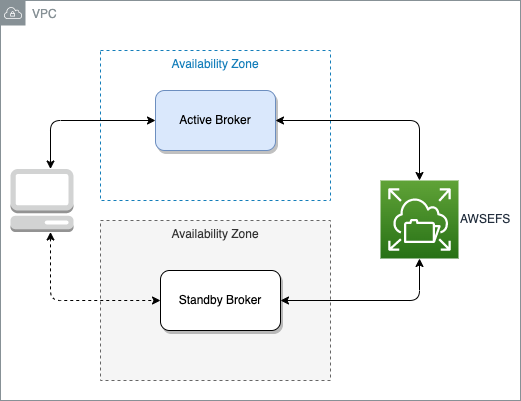
This is docs/diagrams/amq-efs-2az.drawio.png from jbcodeforce/aws-messaging-samples, a draw.io export, as it was before one commit. Source tidied: cells renumbered, new cells last; positions are measured from the earlier drawing's top-left corner, leaving out a move shared by most shapes. Source of this version:
```xml
<mxGraphModel>
  <root>
    <mxCell id="0" />
    <mxCell id="1" parent="0" />
    <mxCell id="2" value="VPC" style="sketch=0;gradientColor=none;html=1;whiteSpace=wrap;fontSize=12;fontStyle=0;shape=mxgraph.aws4.group;grIcon=mxgraph.aws4.group_vpc;strokeColor=#879196;fillColor=none;verticalAlign=top;align=left;spacingLeft=30;fontColor=#879196;dashed=0;" parent="1" vertex="1">
      <mxGeometry width="520" height="400" as="geometry" />
    </mxCell>
    <mxCell id="3" value="Availability Zone" style="fillColor=none;strokeColor=#147EBA;dashed=1;verticalAlign=top;fontStyle=0;fontColor=#147EBA;" parent="1" vertex="1">
      <mxGeometry x="100" y="50" width="230" height="150" as="geometry" />
    </mxCell>
    <mxCell id="4" value="Availability Zone" style="fillColor=#f5f5f5;strokeColor=#666666;dashed=1;verticalAlign=top;fontStyle=0;fontColor=#333333;" parent="1" vertex="1">
      <mxGeometry x="100" y="220" width="230" height="160" as="geometry" />
    </mxCell>
    <mxCell id="5" style="edgeStyle=orthogonalEdgeStyle;html=1;entryX=0.5;entryY=0;entryDx=0;entryDy=0;entryPerimeter=0;startArrow=classic;startFill=1;" parent="1" edge="1" source="6" target="9">
      <mxGeometry relative="1" as="geometry" />
    </mxCell>
    <mxCell id="6" value="Active Broker" style="rounded=1;whiteSpace=wrap;html=1;shadow=1;fillColor=#dae8fc;strokeColor=#6c8ebf;" parent="1" vertex="1">
      <mxGeometry x="155" y="90" width="120" height="60" as="geometry" />
    </mxCell>
    <mxCell id="7" value="Standby Broker" style="rounded=1;whiteSpace=wrap;html=1;shadow=1;" parent="1" vertex="1">
      <mxGeometry x="160" y="270" width="120" height="60" as="geometry" />
    </mxCell>
    <mxCell id="8" style="edgeStyle=orthogonalEdgeStyle;html=1;entryX=1;entryY=0.5;entryDx=0;entryDy=0;startArrow=classic;startFill=1;" parent="1" edge="1" source="9" target="7">
      <mxGeometry relative="1" as="geometry">
        <Array as="points">
          <mxPoint x="419" y="300" />
        </Array>
      </mxGeometry>
    </mxCell>
    <mxCell id="9" value="AWSEFS" style="sketch=0;points=[[0,0,0],[0.25,0,0],[0.5,0,0],[0.75,0,0],[1,0,0],[0,1,0],[0.25,1,0],[0.5,1,0],[0.75,1,0],[1,1,0],[0,0.25,0],[0,0.5,0],[0,0.75,0],[1,0.25,0],[1,0.5,0],[1,0.75,0]];outlineConnect=0;fontColor=#232F3E;gradientColor=#60A337;gradientDirection=north;fillColor=#277116;strokeColor=#ffffff;dashed=0;verticalLabelPosition=middle;verticalAlign=middle;align=left;html=1;fontSize=12;fontStyle=0;shape=mxgraph.aws4.resourceIcon;resIcon=mxgraph.aws4.elastic_file_system;labelPosition=right;" parent="1" vertex="1">
      <mxGeometry x="380" y="180" width="78" height="78" as="geometry" />
    </mxCell>
    <mxCell id="10" style="edgeStyle=orthogonalEdgeStyle;html=1;entryX=0;entryY=0.5;entryDx=0;entryDy=0;startArrow=classic;startFill=1;" parent="1" edge="1" source="12" target="6">
      <mxGeometry relative="1" as="geometry">
        <Array as="points">
          <mxPoint x="50" y="120" />
        </Array>
      </mxGeometry>
    </mxCell>
    <mxCell id="11" style="edgeStyle=orthogonalEdgeStyle;html=1;entryX=0;entryY=0.5;entryDx=0;entryDy=0;startArrow=classic;startFill=1;dashed=1;" parent="1" edge="1" source="12" target="7">
      <mxGeometry relative="1" as="geometry">
        <Array as="points">
          <mxPoint x="50" y="300" />
        </Array>
      </mxGeometry>
    </mxCell>
    <mxCell id="12" style="outlineConnect=0;dashed=0;verticalLabelPosition=bottom;verticalAlign=top;align=center;html=1;shape=mxgraph.aws3.management_console;fillColor=#D2D3D3;gradientColor=none;" parent="1" vertex="1">
      <mxGeometry x="10" y="168.5" width="63" height="63" as="geometry" />
    </mxCell>
  </root>
</mxGraphModel>
```
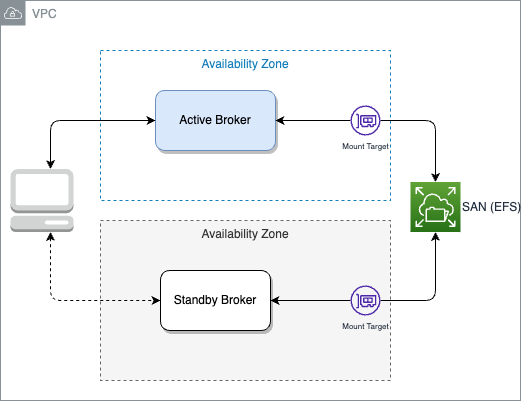
Above is the later version.

Change to the diagram source:
```diff
@@ -6,29 +6,22 @@
       <mxGeometry width="520" height="400" as="geometry" />
     </mxCell>
     <mxCell id="3" value="Availability Zone" style="fillColor=none;strokeColor=#147EBA;dashed=1;verticalAlign=top;fontStyle=0;fontColor=#147EBA;" parent="1" vertex="1">
-      <mxGeometry x="100" y="50" width="230" height="150" as="geometry" />
+      <mxGeometry x="100" y="50" width="290" height="150" as="geometry" />
     </mxCell>
     <mxCell id="4" value="Availability Zone" style="fillColor=#f5f5f5;strokeColor=#666666;dashed=1;verticalAlign=top;fontStyle=0;fontColor=#333333;" parent="1" vertex="1">
-      <mxGeometry x="100" y="220" width="230" height="160" as="geometry" />
+      <mxGeometry x="100" y="220" width="290" height="160" as="geometry" />
     </mxCell>
-    <mxCell id="5" style="edgeStyle=orthogonalEdgeStyle;html=1;entryX=0.5;entryY=0;entryDx=0;entryDy=0;entryPerimeter=0;startArrow=classic;startFill=1;" parent="1" edge="1" source="6" target="9">
+    <mxCell id="5" style="edgeStyle=orthogonalEdgeStyle;html=1;entryX=0.5;entryY=0;entryDx=0;entryDy=0;entryPerimeter=0;startArrow=none;startFill=1;" parent="1" edge="1" source="14" target="9">
       <mxGeometry relative="1" as="geometry" />
     </mxCell>
     <mxCell id="6" value="Active Broker" style="rounded=1;whiteSpace=wrap;html=1;shadow=1;fillColor=#dae8fc;strokeColor=#6c8ebf;" parent="1" vertex="1">
       <mxGeometry x="155" y="90" width="120" height="60" as="geometry" />
     </mxCell>
     <mxCell id="7" value="Standby Broker" style="rounded=1;whiteSpace=wrap;html=1;shadow=1;" parent="1" vertex="1">
-      <mxGeometry x="160" y="270" width="120" height="60" as="geometry" />
+      <mxGeometry x="160" y="270" width="110" height="60" as="geometry" />
     </mxCell>
-    <mxCell id="8" style="edgeStyle=orthogonalEdgeStyle;html=1;entryX=1;entryY=0.5;entryDx=0;entryDy=0;startArrow=classic;startFill=1;" parent="1" edge="1" source="9" target="7">
-      <mxGeometry relative="1" as="geometry">
-        <Array as="points">
-          <mxPoint x="419" y="300" />
-        </Array>
-      </mxGeometry>
-    </mxCell>
-    <mxCell id="9" value="AWSEFS" style="sketch=0;points=[[0,0,0],[0.25,0,0],[0.5,0,0],[0.75,0,0],[1,0,0],[0,1,0],[0.25,1,0],[0.5,1,0],[0.75,1,0],[1,1,0],[0,0.25,0],[0,0.5,0],[0,0.75,0],[1,0.25,0],[1,0.5,0],[1,0.75,0]];outlineConnect=0;fontColor=#232F3E;gradientColor=#60A337;gradientDirection=north;fillColor=#277116;strokeColor=#ffffff;dashed=0;verticalLabelPosition=middle;verticalAlign=middle;align=left;html=1;fontSize=12;fontStyle=0;shape=mxgraph.aws4.resourceIcon;resIcon=mxgraph.aws4.elastic_file_system;labelPosition=right;" parent="1" vertex="1">
-      <mxGeometry x="380" y="180" width="78" height="78" as="geometry" />
+    <mxCell id="9" value="SAN (EFS)" style="sketch=0;points=[[0,0,0],[0.25,0,0],[0.5,0,0],[0.75,0,0],[1,0,0],[0,1,0],[0.25,1,0],[0.5,1,0],[0.75,1,0],[1,1,0],[0,0.25,0],[0,0.5,0],[0,0.75,0],[1,0.25,0],[1,0.5,0],[1,0.75,0]];outlineConnect=0;fontColor=#232F3E;gradientColor=#60A337;gradientDirection=north;fillColor=#277116;strokeColor=#ffffff;dashed=0;verticalLabelPosition=middle;verticalAlign=middle;align=left;html=1;fontSize=12;fontStyle=0;shape=mxgraph.aws4.resourceIcon;resIcon=mxgraph.aws4.elastic_file_system;labelPosition=right;" parent="1" vertex="1">
+      <mxGeometry x="410" y="181.5" width="50" height="50" as="geometry" />
     </mxCell>
     <mxCell id="10" style="edgeStyle=orthogonalEdgeStyle;html=1;entryX=0;entryY=0.5;entryDx=0;entryDy=0;startArrow=classic;startFill=1;" parent="1" edge="1" source="12" target="6">
       <mxGeometry relative="1" as="geometry">
@@ -47,5 +40,20 @@
     <mxCell id="12" style="outlineConnect=0;dashed=0;verticalLabelPosition=bottom;verticalAlign=top;align=center;html=1;shape=mxgraph.aws3.management_console;fillColor=#D2D3D3;gradientColor=none;" parent="1" vertex="1">
       <mxGeometry x="10" y="168.5" width="63" height="63" as="geometry" />
     </mxCell>
+    <mxCell id="13" style="html=1;startArrow=classic;startFill=1;endArrow=none;" parent="1" edge="1" source="6" target="14">
+      <mxGeometry relative="1" as="geometry" />
+    </mxCell>
+    <mxCell id="14" value="Mount Target" style="sketch=0;outlineConnect=0;fontColor=#232F3E;gradientColor=none;fillColor=#4D27AA;strokeColor=none;dashed=0;verticalLabelPosition=bottom;verticalAlign=top;align=center;html=1;fontSize=8;fontStyle=0;shape=mxgraph.aws4.elastic_network_interface;" parent="1" vertex="1">
+      <mxGeometry x="350" y="105" width="30" height="30" as="geometry" />
+    </mxCell>
+    <mxCell id="15" style="edgeStyle=orthogonalEdgeStyle;html=1;entryX=0.5;entryY=1;entryDx=0;entryDy=0;entryPerimeter=0;fontSize=8;" parent="1" edge="1" source="17" target="9">
+      <mxGeometry relative="1" as="geometry" />
+    </mxCell>
+    <mxCell id="16" style="edgeStyle=none;html=1;entryX=1;entryY=0.5;entryDx=0;entryDy=0;fontSize=8;" parent="1" edge="1" source="17" target="7">
+      <mxGeometry relative="1" as="geometry" />
+    </mxCell>
+    <mxCell id="17" value="Mount Target" style="sketch=0;outlineConnect=0;fontColor=#232F3E;gradientColor=none;fillColor=#4D27AA;strokeColor=none;dashed=0;verticalLabelPosition=bottom;verticalAlign=top;align=center;html=1;fontSize=8;fontStyle=0;shape=mxgraph.aws4.elastic_network_interface;" parent="1" vertex="1">
+      <mxGeometry x="350" y="285" width="30" height="30" as="geometry" />
+    </mxCell>
   </root>
 </mxGraphModel>
```
